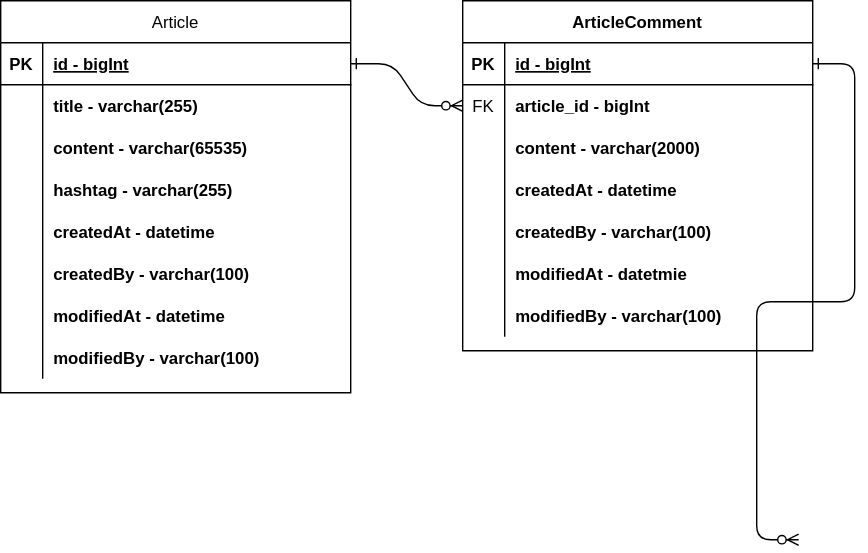
dschoi30/fastcampus-project-board keeps this draw.io diagram as document/project-board-erd.svg. Above is the earlier version. Source tidied: cells renumbered, new cells last; positions are measured from the earlier drawing's top-left corner, leaving out a move shared by most shapes.
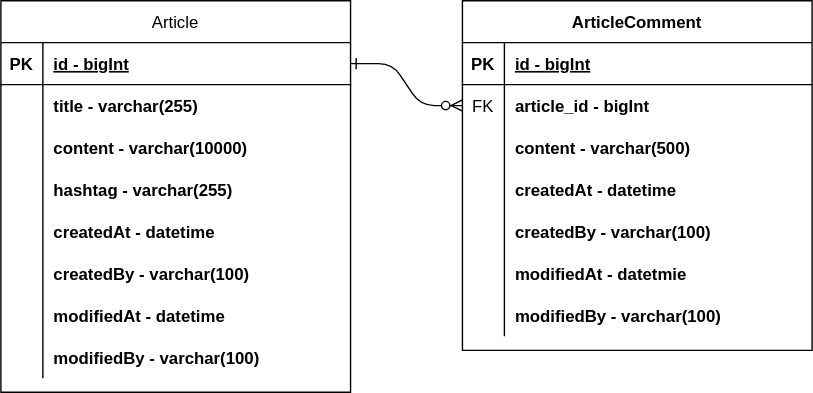
The same diagram one commit later.

Commit message:
#10 - erd update: content size 변경

Change to the diagram source:
```diff
@@ -5,11 +5,6 @@
     <mxCell id="2" style="edgeStyle=entityRelationEdgeStyle;endArrow=ERzeroToMany;startArrow=ERone;endFill=1;startFill=0;" parent="1" edge="1" source="27" target="8">
       <mxGeometry relative="1" as="geometry" />
     </mxCell>
-    <mxCell id="3" style="edgeStyle=entityRelationEdgeStyle;endArrow=ERzeroToMany;startArrow=ERone;endFill=1;startFill=0;" parent="1" edge="1" source="5">
-      <mxGeometry relative="1" as="geometry">
-        <mxPoint x="570" y="385" as="targetPoint" />
-      </mxGeometry>
-    </mxCell>
     <mxCell id="4" value="ArticleComment" style="shape=table;startSize=30;rowLines=0;fontStyle=1;align=center;" parent="1" vertex="1">
       <mxGeometry x="330" width="250" height="250" as="geometry" />
     </mxCell>
@@ -37,7 +32,7 @@
     <mxCell id="12" style="shape=partialRectangle;overflow=hidden;fillColor=none;top=0;left=0;bottom=0;right=0;" parent="11" vertex="1">
       <mxGeometry width="30" height="30" as="geometry" />
     </mxCell>
-    <mxCell id="13" value="content - varchar(2000)" style="shape=partialRectangle;overflow=hidden;fillColor=none;top=0;left=0;bottom=0;right=0;align=left;spacingLeft=6;fontStyle=1;" parent="11" vertex="1">
+    <mxCell id="13" value="content - varchar(500)" style="shape=partialRectangle;overflow=hidden;fillColor=none;top=0;left=0;bottom=0;right=0;align=left;spacingLeft=6;fontStyle=1;" parent="11" vertex="1">
       <mxGeometry x="30" width="220" height="30" as="geometry" />
     </mxCell>
     <mxCell id="14" style="shape=partialRectangle;fillColor=none;top=0;left=0;right=0;bottom=0;" parent="4" vertex="1">
@@ -103,7 +98,7 @@
     <mxCell id="34" style="shape=partialRectangle;overflow=hidden;fillColor=none;top=0;left=0;bottom=0;right=0;" parent="33" vertex="1">
       <mxGeometry width="30" height="30" as="geometry" />
     </mxCell>
-    <mxCell id="35" value="content - varchar(65535)" style="shape=partialRectangle;overflow=hidden;fillColor=none;top=0;left=0;bottom=0;right=0;align=left;spacingLeft=6;fontStyle=1;" parent="33" vertex="1">
+    <mxCell id="35" value="content - varchar(10000)" style="shape=partialRectangle;overflow=hidden;fillColor=none;top=0;left=0;bottom=0;right=0;align=left;spacingLeft=6;fontStyle=1;" parent="33" vertex="1">
       <mxGeometry x="30" width="220" height="30" as="geometry" />
     </mxCell>
     <mxCell id="36" style="shape=partialRectangle;fillColor=none;top=0;left=0;right=0;bottom=0;" parent="26" vertex="1">
```
